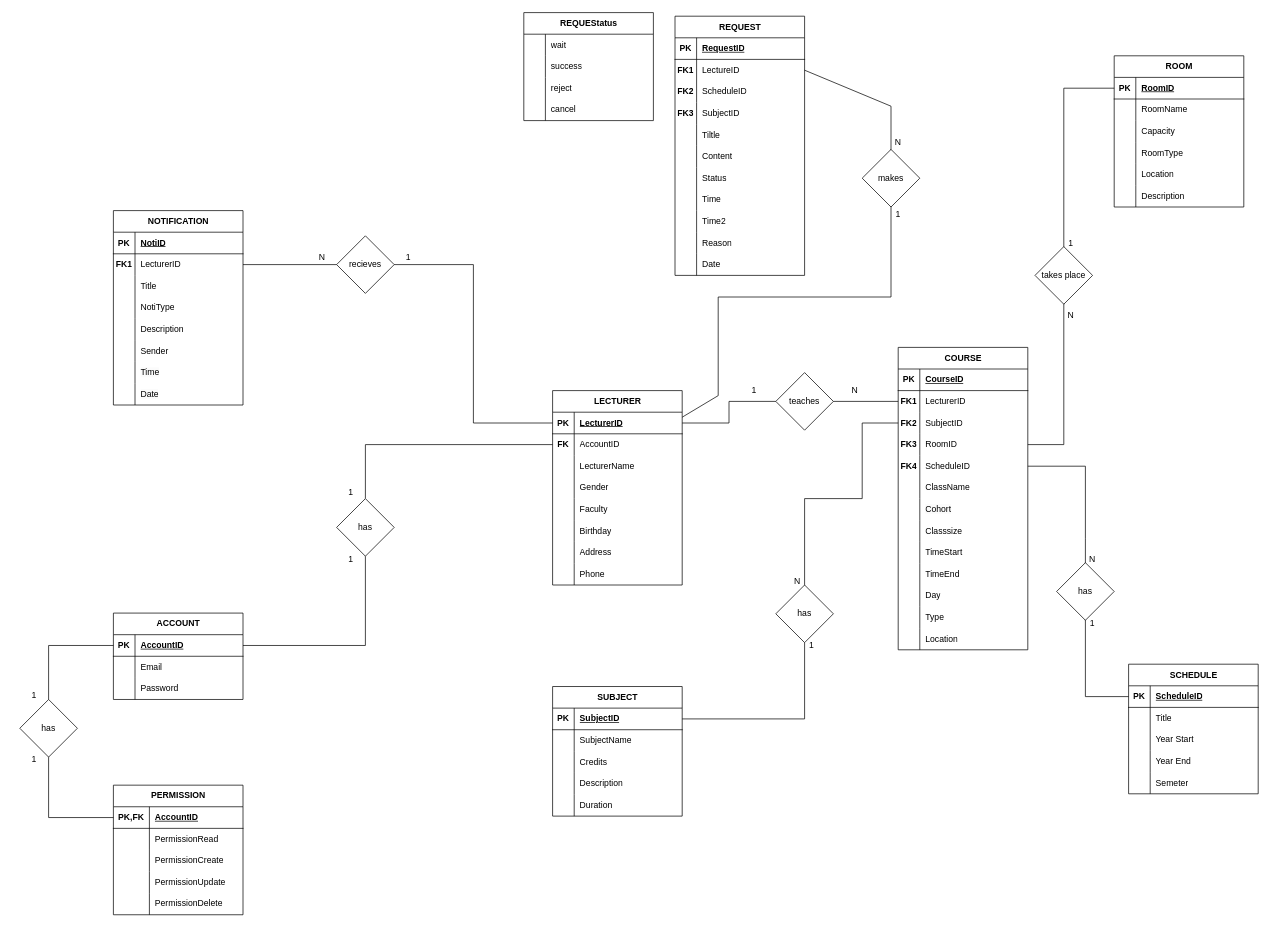
haovvv73/The-application-automatically-schedules-university-timetables keeps this draw.io diagram as page "database" (2 of 4) of schema/erd.drawio. Above is the earlier version. Source tidied: cells renumbered, new cells numbered last; positions are measured from the earlier drawing's top-left corner, leaving out a move shared by most shapes. Both pictures are drawn from the tidied source at 72%, with x=0, y=0 at pixel (12, 12).
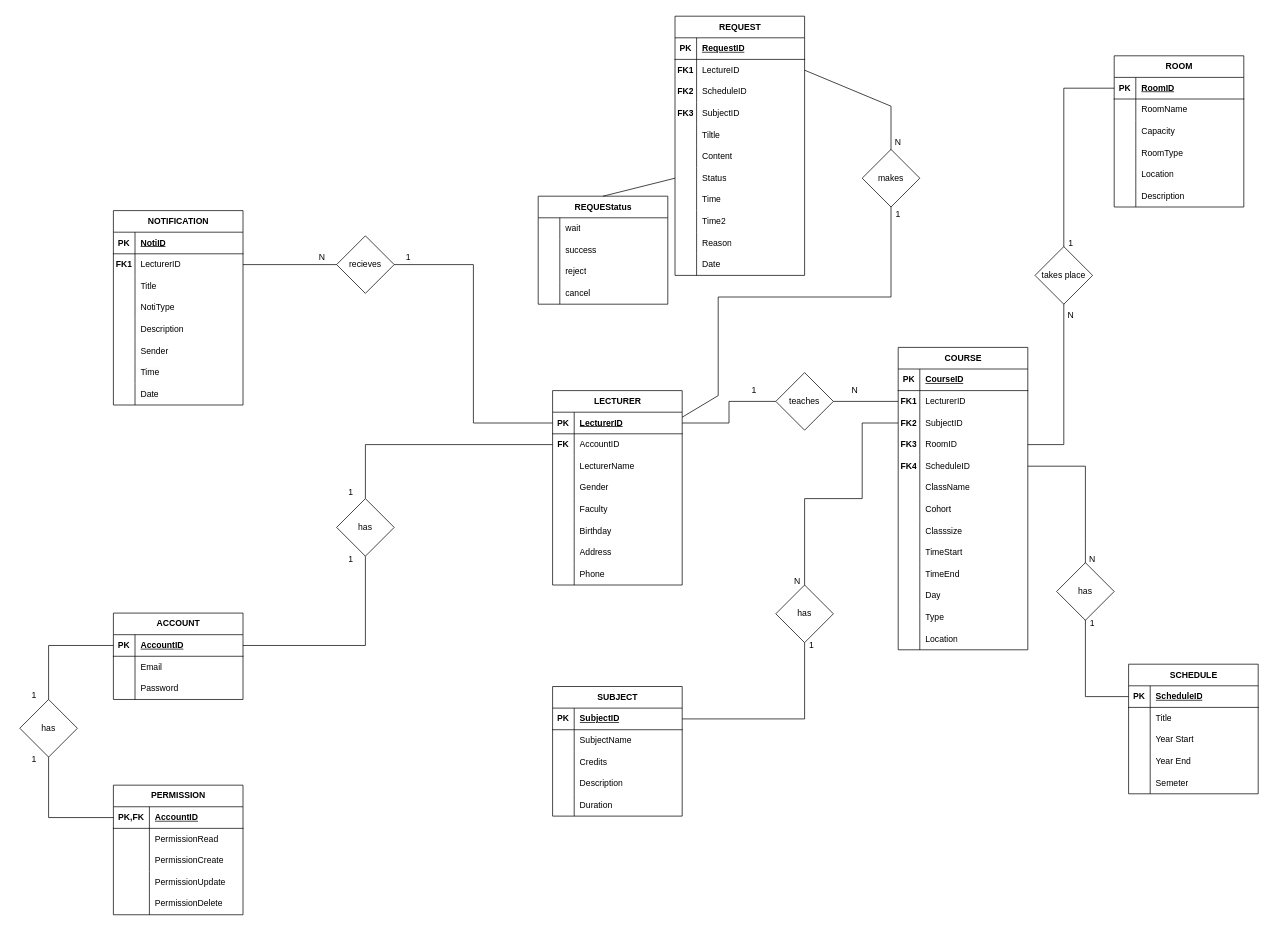
The same diagram, later.

The change refers to these unchanged cells:
```xml
<mxCell id="121" style="shape=tableRow;horizontal=0;startSize=0;swimlaneHead=0;swimlaneBody=0;fillColor=none;points=[[0,0.5],[1,0.5]];portConstraint=eastwest;top=0;left=0;right=0;bottom=0;" parent="102" vertex="1">
  <mxGeometry y="210" width="180" height="30" as="geometry" />
</mxCell>
```

Diff of the diagram source:
```diff
@@
     <mxCell id="240" value="REQUEStatus" style="shape=table;startSize=30;childLayout=tableLayout;rowLines=0;fontStyle=1;align=center;html=1;" parent="1" vertex="1">
-      <mxGeometry x="710" width="180" height="150" as="geometry" />
+      <mxGeometry x="730" y="255" width="180" height="150" as="geometry" />
     </mxCell>
@@
+    <mxCell id="253" style="endArrow=none;html=1;rounded=0;entryX=0;entryY=0.5;entryDx=0;entryDy=0;exitX=0.5;exitY=0;exitDx=0;exitDy=0;" parent="1" edge="1" source="240" target="121">
+      <mxGeometry relative="1" as="geometry" />
+    </mxCell>
```
